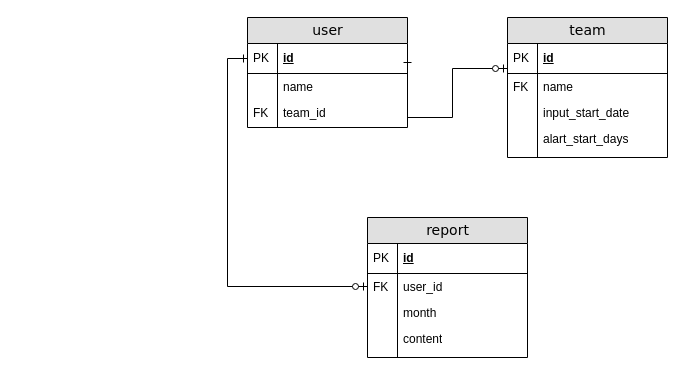
This is docs/ER.drawio from rexiaxm7/practice-spring-boot-api, a draw.io file, before an edit. Source tidied: cells renumbered, new cells numbered last; positions are measured from the earlier drawing's top-left corner, leaving out a move shared by most shapes. Both pictures are drawn from the tidied source at 100%, with x=0, y=0 at pixel (247, 17).
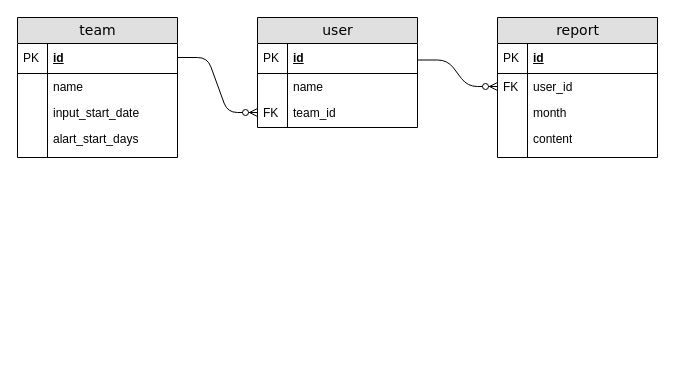
Above is the later version.

The change refers to these unchanged cells:
```xml
<mxCell id="5" value="user_id" style="shape=partialRectangle;top=0;left=0;right=0;bottom=0;html=1;align=left;verticalAlign=top;fillColor=none;spacingLeft=34;spacingRight=4;whiteSpace=wrap;overflow=hidden;points=[[0,0.5],[1,0.5]];portConstraint=eastwest;" parent="2" vertex="1">
  <mxGeometry y="56" width="160" height="26" as="geometry" />
</mxCell>
<mxCell id="12" value="id" style="shape=partialRectangle;top=0;left=0;right=0;bottom=1;html=1;align=left;verticalAlign=middle;fillColor=none;spacingLeft=34;spacingRight=4;whiteSpace=wrap;overflow=hidden;points=[[0,0.5],[1,0.5]];portConstraint=eastwest;fontStyle=5;" parent="11" vertex="1">
  <mxGeometry y="26" width="160" height="30" as="geometry" />
</mxCell>
<mxCell id="16" value="team_id" style="shape=partialRectangle;top=0;left=0;right=0;bottom=0;html=1;align=left;verticalAlign=top;fillColor=none;spacingLeft=34;spacingRight=4;whiteSpace=wrap;overflow=hidden;points=[[0,0.5],[1,0.5]];portConstraint=eastwest;" parent="11" vertex="1">
  <mxGeometry y="82" width="160" height="26" as="geometry" />
</mxCell>
<mxCell id="25" value="name" style="shape=partialRectangle;top=0;left=0;right=0;bottom=0;html=1;align=left;verticalAlign=top;fillColor=none;spacingLeft=34;spacingRight=4;whiteSpace=wrap;overflow=hidden;" parent="22" vertex="1">
  <mxGeometry y="56" width="160" height="26" as="geometry" />
</mxCell>
```

Change to the diagram source:
```diff
@@
     <mxCell id="2" value="report" style="swimlane;html=1;fontStyle=0;horizontal=1;startSize=26;fillColor=#e0e0e0;swimlaneFillColor=#ffffff;align=center;rounded=0;shadow=0;comic=0;labelBackgroundColor=none;strokeWidth=1;fontFamily=Verdana;fontSize=14;" parent="1" vertex="1">
-      <mxGeometry x="120" y="200" width="160" height="140" as="geometry" />
+      <mxGeometry x="250" width="160" height="140" as="geometry" />
     </mxCell>
@@
     <mxCell id="11" value="user" style="swimlane;html=1;fontStyle=0;horizontal=1;startSize=26;fillColor=#e0e0e0;swimlaneFillColor=#ffffff;align=center;rounded=0;shadow=0;comic=0;labelBackgroundColor=none;strokeWidth=1;fontFamily=Verdana;fontSize=14;" parent="1" vertex="1">
-      <mxGeometry width="160" height="110" as="geometry" />
+      <mxGeometry x="10" width="160" height="110" as="geometry" />
     </mxCell>
@@
-    <mxCell id="20" style="edgeStyle=orthogonalEdgeStyle;rounded=0;jettySize=auto;html=1;exitX=1;exitY=0.5;exitDx=0;exitDy=0;startArrow=ERone;startFill=0;endArrow=ERzeroToOne;endFill=1;entryX=0;entryY=0.5;entryDx=0;entryDy=0;" parent="1" edge="1" source="12">
-      <mxGeometry relative="1" as="geometry">
-        <mxPoint x="260" y="51" as="targetPoint" />
-        <Array as="points">
-          <mxPoint x="160" y="100" />
-          <mxPoint x="205" y="100" />
-          <mxPoint x="205" y="51" />
-        </Array>
-      </mxGeometry>
-    </mxCell>
-    <mxCell id="21" style="edgeStyle=orthogonalEdgeStyle;rounded=0;jettySize=auto;html=1;exitX=0;exitY=0.5;exitDx=0;exitDy=0;entryX=0;entryY=0.5;entryDx=0;entryDy=0;startArrow=ERone;startFill=0;endArrow=ERzeroToOne;endFill=1;" parent="1" edge="1" source="12" target="5">
-      <mxGeometry relative="1" as="geometry" />
-    </mxCell>
     <mxCell id="22" value="team" style="swimlane;html=1;fontStyle=0;horizontal=1;startSize=26;fillColor=#e0e0e0;swimlaneFillColor=#ffffff;align=center;rounded=0;shadow=0;comic=0;labelBackgroundColor=none;strokeWidth=1;fontFamily=Verdana;fontSize=14;" parent="1" vertex="1">
-      <mxGeometry x="260" width="160" height="140" as="geometry" />
+      <mxGeometry x="-230" width="160" height="140" as="geometry" />
     </mxCell>
@@
-    <mxCell id="26" value="FK" style="shape=partialRectangle;top=0;left=0;bottom=0;html=1;fillColor=none;align=left;verticalAlign=top;spacingLeft=4;spacingRight=4;whiteSpace=wrap;overflow=hidden;" parent="25" vertex="1">
+    <mxCell id="26" style="shape=partialRectangle;top=0;left=0;bottom=0;html=1;fillColor=none;align=left;verticalAlign=top;spacingLeft=4;spacingRight=4;whiteSpace=wrap;overflow=hidden;" parent="25" vertex="1">
       <mxGeometry width="30" height="26" as="geometry" />
     </mxCell>
@@
+    <mxCell id="31" style="edgeStyle=entityRelationEdgeStyle;fontSize=12;html=1;endArrow=ERzeroToMany;endFill=1;entryX=0;entryY=0.5;entryDx=0;entryDy=0;" parent="1" edge="1" target="16">
+      <mxGeometry relative="1" as="geometry">
+        <mxPoint x="-70" y="40" as="sourcePoint" />
+      </mxGeometry>
+    </mxCell>
+    <mxCell id="32" style="edgeStyle=entityRelationEdgeStyle;fontSize=12;html=1;endArrow=ERzeroToMany;endFill=1;entryX=0;entryY=0.5;entryDx=0;entryDy=0;" parent="1" edge="1" target="5">
+      <mxGeometry relative="1" as="geometry">
+        <mxPoint x="170" y="42.5" as="sourcePoint" />
+      </mxGeometry>
+    </mxCell>
```
